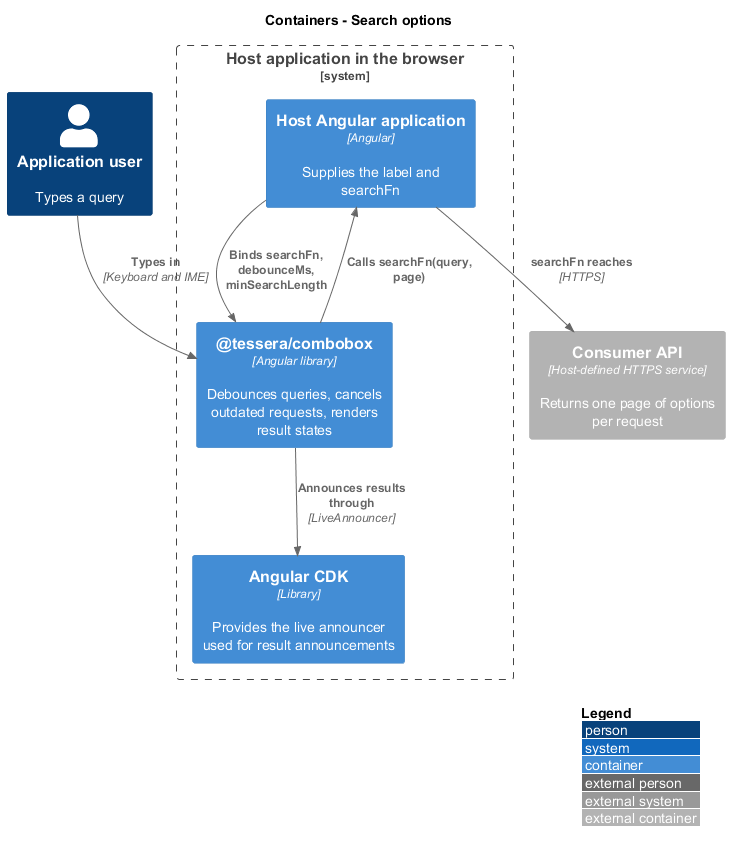
QuinntyneBrown/Tessera keeps this PlantUML diagram as docs/detailed-designs/combobox/search-options/diagrams/c4-container.png. Above is the earlier version.
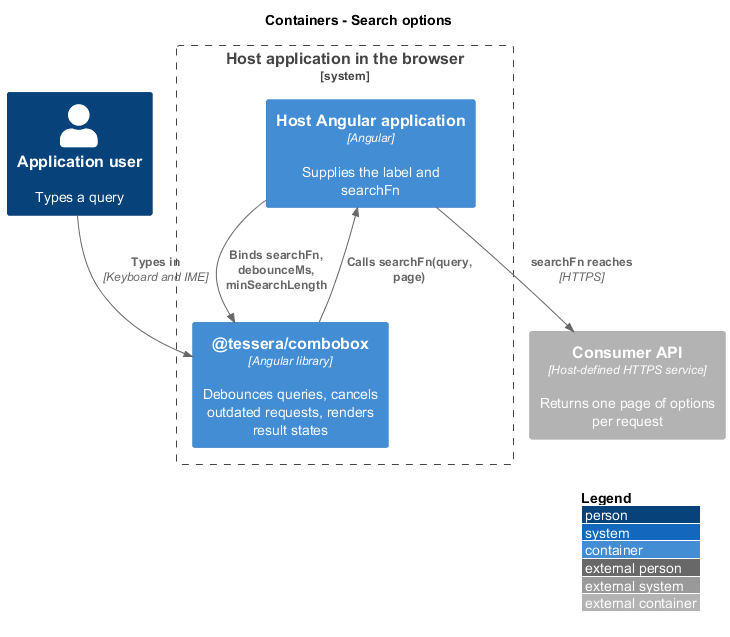
Later version of the same file.

Change to the diagram source:
```diff
@@ -7,12 +7,10 @@
 System_Boundary(browser, "Host application in the browser") {
   Container(host, "Host Angular application", "Angular", "Supplies the label and searchFn")
   Container(combobox, "@tessera/combobox", "Angular library", "Debounces queries, cancels outdated requests, renders result states")
-  Container(cdk, "Angular CDK", "Library", "Provides the live announcer used for result announcements")
 }
 Container_Ext(api, "Consumer API", "Host-defined HTTPS service", "Returns one page of options per request")
 Rel(user, combobox, "Types in", "Keyboard and IME")
 Rel(host, combobox, "Binds searchFn, debounceMs, minSearchLength")
 Rel(combobox, host, "Calls searchFn(query, page)")
-Rel(combobox, cdk, "Announces results through", "LiveAnnouncer")
 Rel(host, api, "searchFn reaches", "HTTPS")
 @enduml
```
